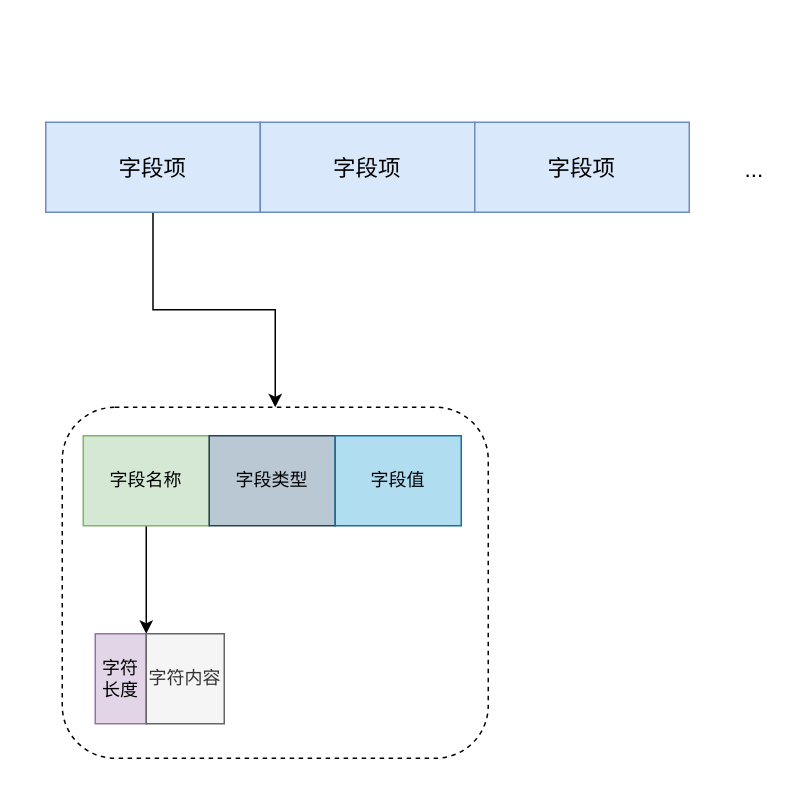
Earlier version of the draw.io diagram 设计图/辅助信息序列化.drawio (THUMarkLau/thuthesis). Source tidied: cells renumbered, new cells numbered last; positions are measured from the earlier drawing's top-left corner, leaving out a move shared by most shapes. Both pictures are drawn from the tidied source at 150%, with x=0, y=0 at pixel (45, 122).
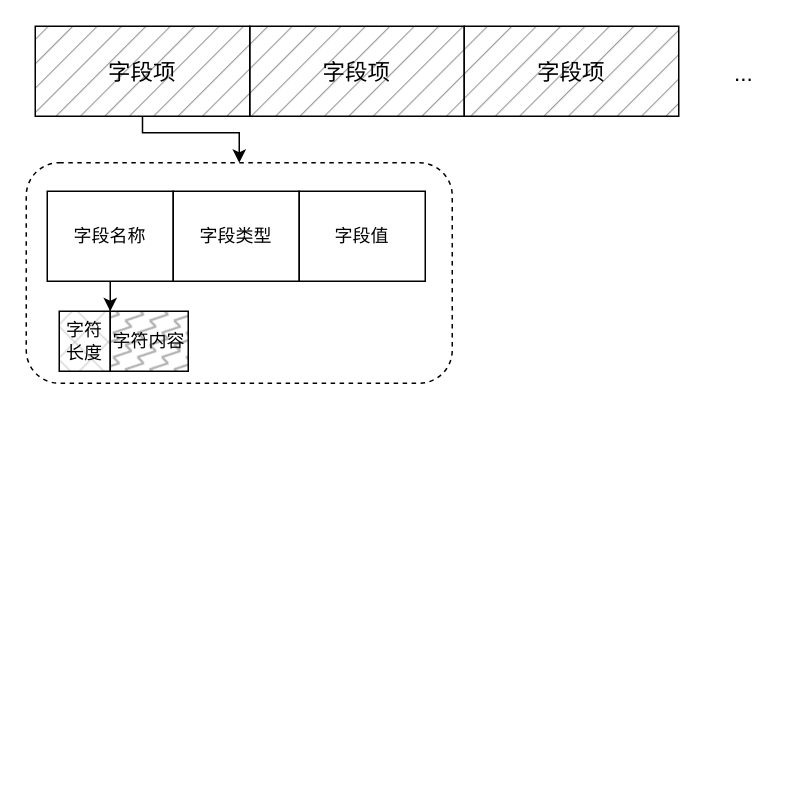
Above is the later version.

The edit, as a diff of the source:
```diff
@@
 <mxGraphModel>
   <root>
     <mxCell id="0" />
     <mxCell id="1" parent="0" />
+    <mxCell id="13" style="rounded=1;whiteSpace=wrap;html=1;fillColor=none;dashed=1;strokeColor=#000000;fontColor=#000000;" parent="1" vertex="1">
+      <mxGeometry x="-13" y="27" width="284" height="147" as="geometry" />
+    </mxCell>
-    <mxCell id="2" style="edgeStyle=orthogonalEdgeStyle;rounded=0;jettySize=auto;html=1;entryX=0.5;entryY=0;entryDx=0;entryDy=0;" parent="1" edge="1" source="3" target="13">
-      <mxGeometry relative="1" as="geometry" />
+    <mxCell id="2" style="edgeStyle=orthogonalEdgeStyle;rounded=0;jettySize=auto;html=1;entryX=0.5;entryY=0;entryDx=0;entryDy=0;strokeColor=#000000;fontColor=#000000;" parent="1" edge="1" source="3" target="13">
+      <mxGeometry relative="1" as="geometry">
+        <Array as="points">
+          <mxPoint x="65" y="7" />
+          <mxPoint x="129" y="7" />
+        </Array>
+      </mxGeometry>
     </mxCell>
-    <mxCell id="3" value="字段项" style="rounded=0;whiteSpace=wrap;html=1;fillColor=#dae8fc;strokeColor=#6c8ebf;fontSize=15;" parent="1" vertex="1">
-      <mxGeometry width="143" height="60" as="geometry" />
+    <mxCell id="3" value="字段项" style="rounded=0;whiteSpace=wrap;html=1;fillColor=#000000;strokeColor=#000000;fontSize=15;fontColor=#000000;fillStyle=hatch;fillOpacity=40;" parent="1" vertex="1">
+      <mxGeometry x="-7" y="-64" width="143" height="60" as="geometry" />
     </mxCell>
-    <mxCell id="4" value="字段项" style="rounded=0;whiteSpace=wrap;html=1;fillColor=#dae8fc;strokeColor=#6c8ebf;fontSize=15;" parent="1" vertex="1">
-      <mxGeometry x="143" width="143" height="60" as="geometry" />
+    <mxCell id="4" value="字段项" style="rounded=0;whiteSpace=wrap;html=1;fillColor=#000000;strokeColor=#000000;fontSize=15;fontColor=#000000;fillStyle=hatch;fillOpacity=40;" parent="1" vertex="1">
+      <mxGeometry x="136" y="-64" width="143" height="60" as="geometry" />
     </mxCell>
-    <mxCell id="5" value="字段项" style="rounded=0;whiteSpace=wrap;html=1;fillColor=#dae8fc;strokeColor=#6c8ebf;fontSize=15;" parent="1" vertex="1">
-      <mxGeometry x="286" width="143" height="60" as="geometry" />
+    <mxCell id="5" value="字段项" style="rounded=0;whiteSpace=wrap;html=1;fillColor=#000000;strokeColor=#000000;fontSize=15;fontColor=#000000;fillStyle=hatch;fillOpacity=40;" parent="1" vertex="1">
+      <mxGeometry x="279" y="-64" width="143" height="60" as="geometry" />
     </mxCell>
-    <mxCell id="6" value="..." style="text;html=1;align=center;verticalAlign=middle;strokeColor=none;fillColor=none;fontSize=15;" parent="1" vertex="1">
-      <mxGeometry x="456" y="16" width="31" height="30" as="geometry" />
+    <mxCell id="6" value="..." style="text;html=1;align=center;verticalAlign=middle;strokeColor=none;fillColor=none;fontSize=15;fontColor=#000000;" parent="1" vertex="1">
+      <mxGeometry x="449" y="-48" width="31" height="30" as="geometry" />
     </mxCell>
-    <mxCell id="7" style="edgeStyle=orthogonalEdgeStyle;rounded=0;jettySize=auto;html=1;entryX=0;entryY=0;entryDx=0;entryDy=0;" parent="1" edge="1" source="8" target="12">
+    <mxCell id="7" style="edgeStyle=orthogonalEdgeStyle;rounded=0;jettySize=auto;html=1;entryX=0;entryY=0;entryDx=0;entryDy=0;strokeColor=#000000;fontColor=#000000;" parent="1" edge="1" source="8" target="12">
       <mxGeometry relative="1" as="geometry" />
     </mxCell>
-    <mxCell id="8" value="字段名称" style="rounded=0;whiteSpace=wrap;html=1;fillColor=#d5e8d4;strokeColor=#82b366;" parent="1" vertex="1">
-      <mxGeometry x="25" y="209" width="84" height="60" as="geometry" />
+    <mxCell id="8" value="字段名称" style="rounded=0;whiteSpace=wrap;html=1;fillColor=none;strokeColor=#000000;fontColor=#000000;" parent="1" vertex="1">
+      <mxGeometry x="1" y="46" width="84" height="60" as="geometry" />
     </mxCell>
-    <mxCell id="9" value="字段类型" style="rounded=0;whiteSpace=wrap;html=1;fillColor=#bac8d3;strokeColor=#23445d;" parent="1" vertex="1">
-      <mxGeometry x="109" y="209" width="84" height="60" as="geometry" />
+    <mxCell id="9" value="字段类型" style="rounded=0;whiteSpace=wrap;html=1;fillColor=none;strokeColor=#000000;fontColor=#000000;" parent="1" vertex="1">
+      <mxGeometry x="85" y="46" width="84" height="60" as="geometry" />
     </mxCell>
-    <mxCell id="10" value="字段值" style="rounded=0;whiteSpace=wrap;html=1;fillColor=#b1ddf0;strokeColor=#10739e;" parent="1" vertex="1">
-      <mxGeometry x="193" y="209" width="84" height="60" as="geometry" />
+    <mxCell id="10" value="字段值" style="rounded=0;whiteSpace=wrap;html=1;fillColor=none;strokeColor=#000000;fontColor=#000000;" parent="1" vertex="1">
+      <mxGeometry x="169" y="46" width="84" height="60" as="geometry" />
     </mxCell>
-    <mxCell id="11" value="字符长度" style="rounded=0;whiteSpace=wrap;html=1;fillColor=#e1d5e7;strokeColor=#9673a6;" parent="1" vertex="1">
-      <mxGeometry x="33" y="341" width="34" height="60" as="geometry" />
+    <mxCell id="11" value="字符长度" style="rounded=0;whiteSpace=wrap;html=1;fillColor=#000000;strokeColor=#000000;fontColor=#000000;fillStyle=cross-hatch;fillOpacity=30;" parent="1" vertex="1">
+      <mxGeometry x="9" y="126" width="34" height="40" as="geometry" />
     </mxCell>
-    <mxCell id="12" value="字符内容" style="rounded=0;whiteSpace=wrap;html=1;fillColor=#f5f5f5;fontColor=#333333;strokeColor=#666666;" parent="1" vertex="1">
-      <mxGeometry x="67" y="341" width="52" height="60" as="geometry" />
+    <mxCell id="12" value="字符内容" style="rounded=0;whiteSpace=wrap;html=1;fillColor=#000000;fontColor=#000000;strokeColor=#000000;fillStyle=zigzag-line;fillOpacity=30;" parent="1" vertex="1">
+      <mxGeometry x="43" y="126" width="52" height="40" as="geometry" />
     </mxCell>
-    <mxCell id="13" style="rounded=1;whiteSpace=wrap;html=1;fillColor=none;dashed=1;" parent="1" vertex="1">
-      <mxGeometry x="11" y="190" width="284" height="234" as="geometry" />
-    </mxCell>
   </root>
 </mxGraphModel>
```
